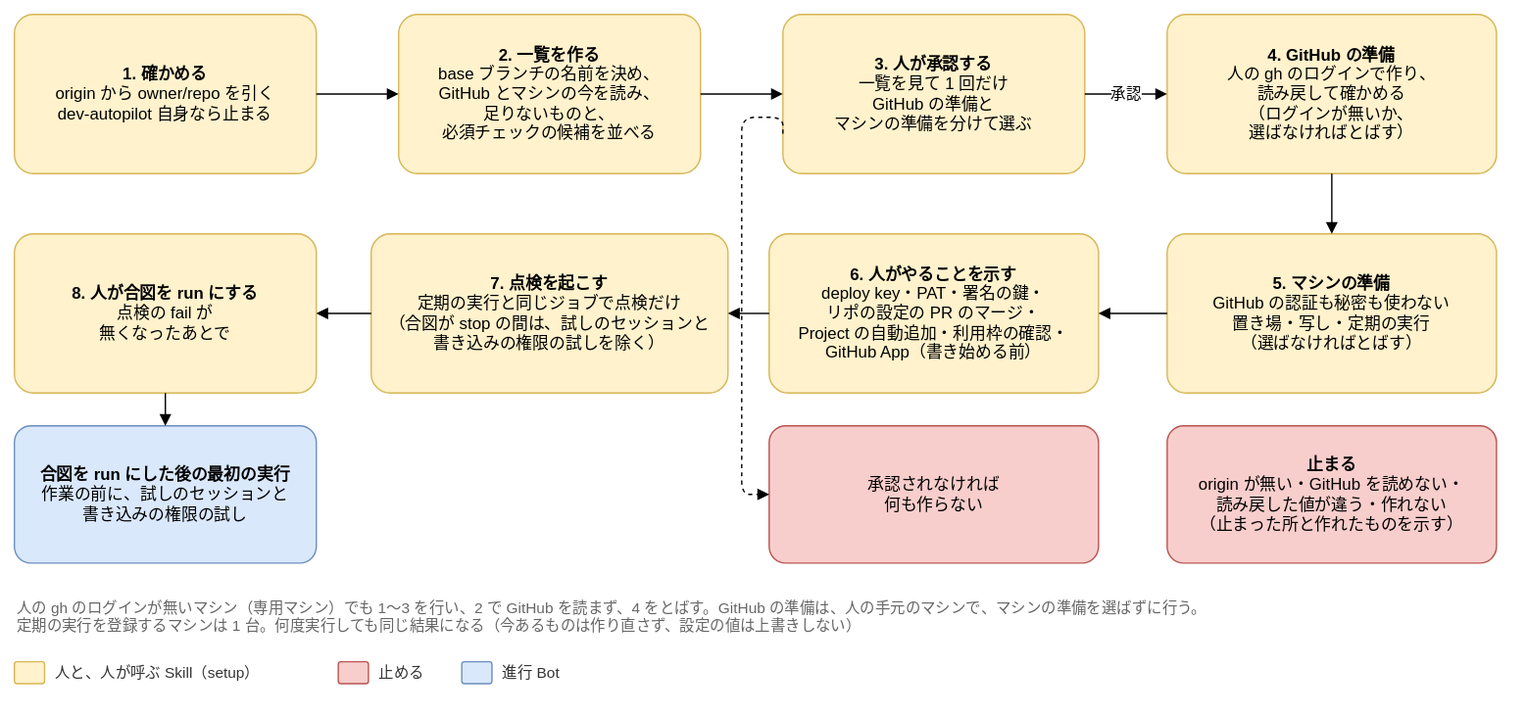
The draw.io diagram docs/design/basic/diagrams/04-setup-flow.drawio.svg in Joymerrevent/dev-autopilot, before a commit. Source tidied: cells renumbered, new cells last; positions are measured from the earlier drawing's top-left corner, leaving out a move shared by most shapes.
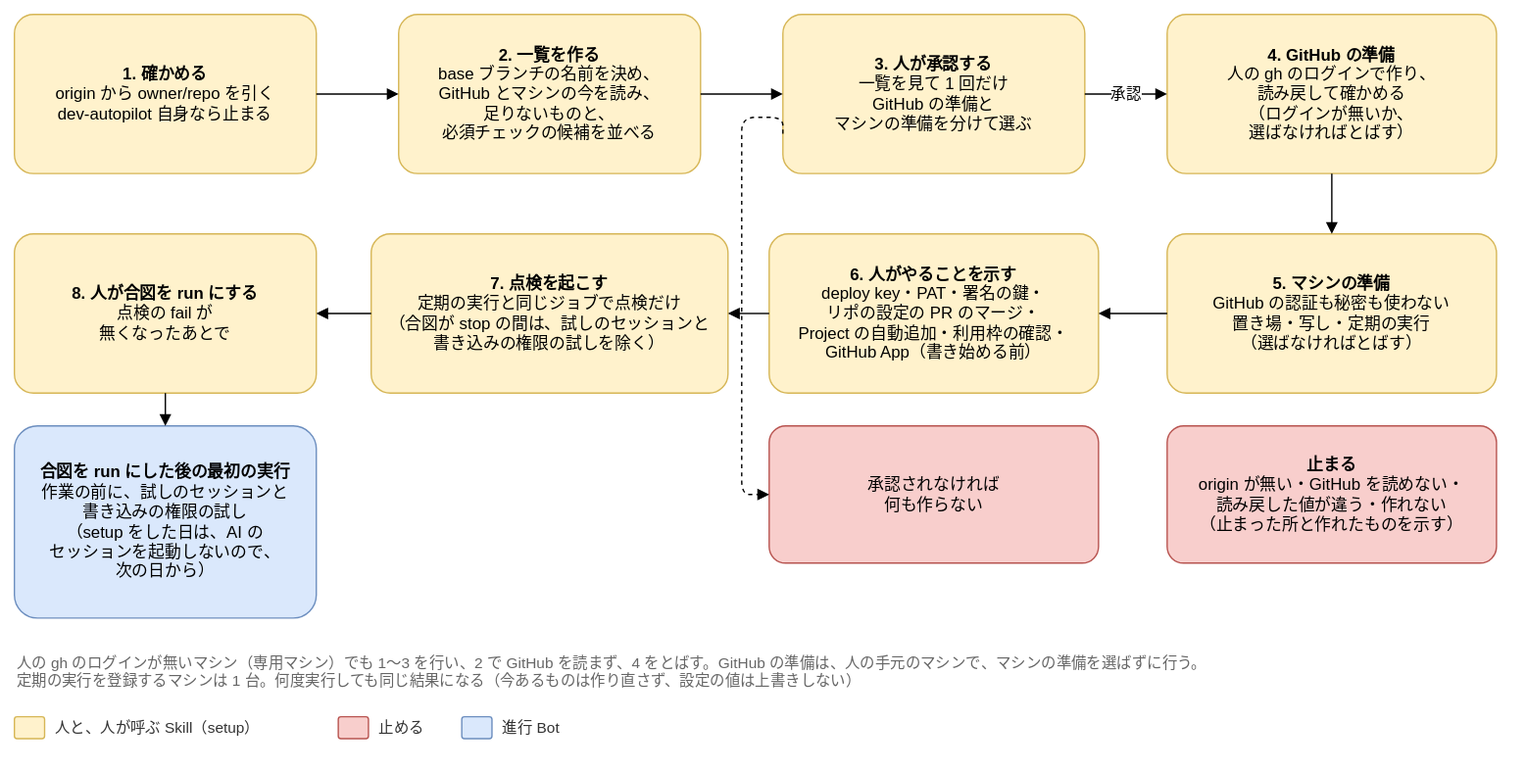
Later version of the same file.

What changed in the source:
```diff
@@ -59,10 +59,10 @@
       </mxGeometry>
     </mxCell>
     <mxCell id="19" value="人の gh のログインが無いマシン（専用マシン）でも 1〜3 を行い、2 で GitHub を読まず、4 をとばす。GitHub の準備は、人の手元のマシンで、マシンの準備を選ばずに行う。&lt;br&gt;定期の実行を登録するマシンは 1 台。何度実行しても同じ結果になる（今あるものは作り直さず、設定の値は上書きしない）" style="text;html=1;whiteSpace=wrap;align=left;verticalAlign=top;fontSize=11;fontColor=#666666;" parent="1" vertex="1">
-      <mxGeometry y="420" width="1080" height="36" as="geometry" />
+      <mxGeometry y="460" width="1080" height="36" as="geometry" />
     </mxCell>
-    <mxCell id="20" value="&lt;b&gt;合図を run にした後の最初の実行&lt;/b&gt;&lt;br&gt;作業の前に、試しのセッションと&lt;br&gt;書き込みの権限の試し" style="rounded=1;whiteSpace=wrap;html=1;fontSize=12;arcSize=12;spacing=12;fillColor=#dae8fc;strokeColor=#6c8ebf;" parent="1" vertex="1">
-      <mxGeometry y="300" width="220" height="100" as="geometry" />
+    <mxCell id="20" value="&lt;b&gt;合図を run にした後の最初の実行&lt;/b&gt;&lt;br&gt;作業の前に、試しのセッションと&lt;br&gt;書き込みの権限の試し&lt;br&gt;（setup をした日は、AI の&lt;br&gt;セッションを起動しないので、&lt;br&gt;次の日から）" style="rounded=1;whiteSpace=wrap;html=1;fontSize=12;arcSize=12;spacing=12;fillColor=#dae8fc;strokeColor=#6c8ebf;" parent="1" vertex="1">
+      <mxGeometry y="300" width="220" height="140" as="geometry" />
     </mxCell>
     <mxCell id="21" style="edgeStyle=orthogonalEdgeStyle;rounded=1;html=1;endArrow=block;endFill=1;fontSize=11;labelBackgroundColor=#ffffff;exitX=0.5;exitY=1;exitDx=0;exitDy=0;entryX=0.5;entryY=0;entryDx=0;entryDy=0;" parent="1" edge="1" source="9" target="20">
       <mxGeometry relative="1" as="geometry" />
@@ -71,22 +71,22 @@
       <mxGeometry x="840" y="300" width="240" height="100" as="geometry" />
     </mxCell>
     <mxCell id="23" style="rounded=1;whiteSpace=wrap;html=1;fontSize=12;arcSize=12;spacing=12;fillColor=#fff2cc;strokeColor=#d6b656;" parent="1" vertex="1">
-      <mxGeometry y="472" width="22" height="16" as="geometry" />
+      <mxGeometry y="512" width="22" height="16" as="geometry" />
     </mxCell>
     <mxCell id="24" value="人と、人が呼ぶ Skill（setup）" style="text;html=1;align=left;verticalAlign=middle;fontSize=11;fontColor=#333333;" parent="1" vertex="1">
-      <mxGeometry x="28" y="470" width="192" height="20" as="geometry" />
+      <mxGeometry x="28" y="510" width="192" height="20" as="geometry" />
     </mxCell>
     <mxCell id="25" style="rounded=1;whiteSpace=wrap;html=1;fontSize=12;arcSize=12;spacing=12;fillColor=#f8cecc;strokeColor=#b85450;" parent="1" vertex="1">
-      <mxGeometry x="236" y="472" width="22" height="16" as="geometry" />
+      <mxGeometry x="236" y="512" width="22" height="16" as="geometry" />
     </mxCell>
     <mxCell id="26" value="止める" style="text;html=1;align=left;verticalAlign=middle;fontSize=11;fontColor=#333333;" parent="1" vertex="1">
-      <mxGeometry x="264" y="470" width="46" height="20" as="geometry" />
+      <mxGeometry x="264" y="510" width="46" height="20" as="geometry" />
     </mxCell>
     <mxCell id="27" style="rounded=1;whiteSpace=wrap;html=1;fontSize=12;arcSize=12;spacing=12;fillColor=#dae8fc;strokeColor=#6c8ebf;" parent="1" vertex="1">
-      <mxGeometry x="326" y="472" width="22" height="16" as="geometry" />
+      <mxGeometry x="326" y="512" width="22" height="16" as="geometry" />
     </mxCell>
     <mxCell id="28" value="進行 Bot" style="text;html=1;align=left;verticalAlign=middle;fontSize=11;fontColor=#333333;" parent="1" vertex="1">
-      <mxGeometry x="354" y="470" width="59" height="20" as="geometry" />
+      <mxGeometry x="354" y="510" width="59" height="20" as="geometry" />
     </mxCell>
   </root>
 </mxGraphModel>
```
